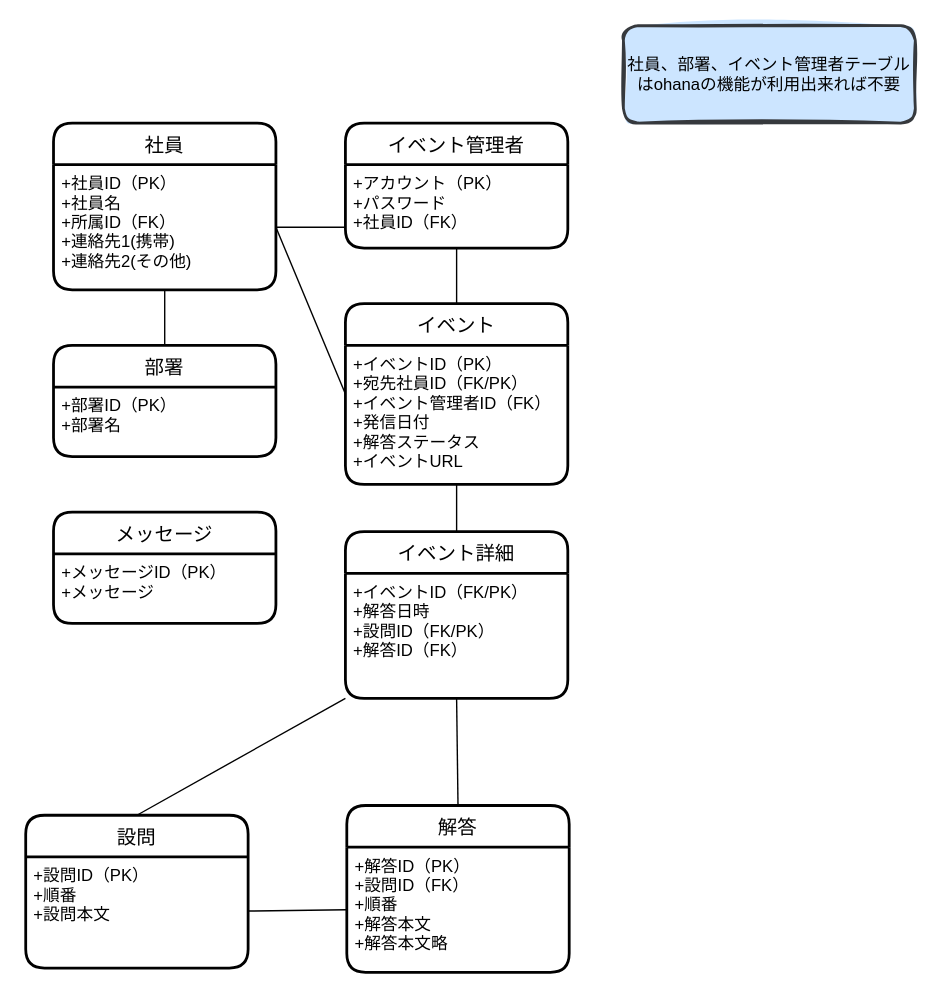
This is safetyConfirmation/doc/03_ER/safetyConfirmation_er.drawio from ken-fulGit/fulGit, a draw.io file, before an edit. Source tidied: cells renumbered, new cells numbered last; positions are measured from the earlier drawing's top-left corner, leaving out a move shared by most shapes. Both pictures are drawn from the tidied source at 139%, with x=0, y=0 at pixel (25, 25).
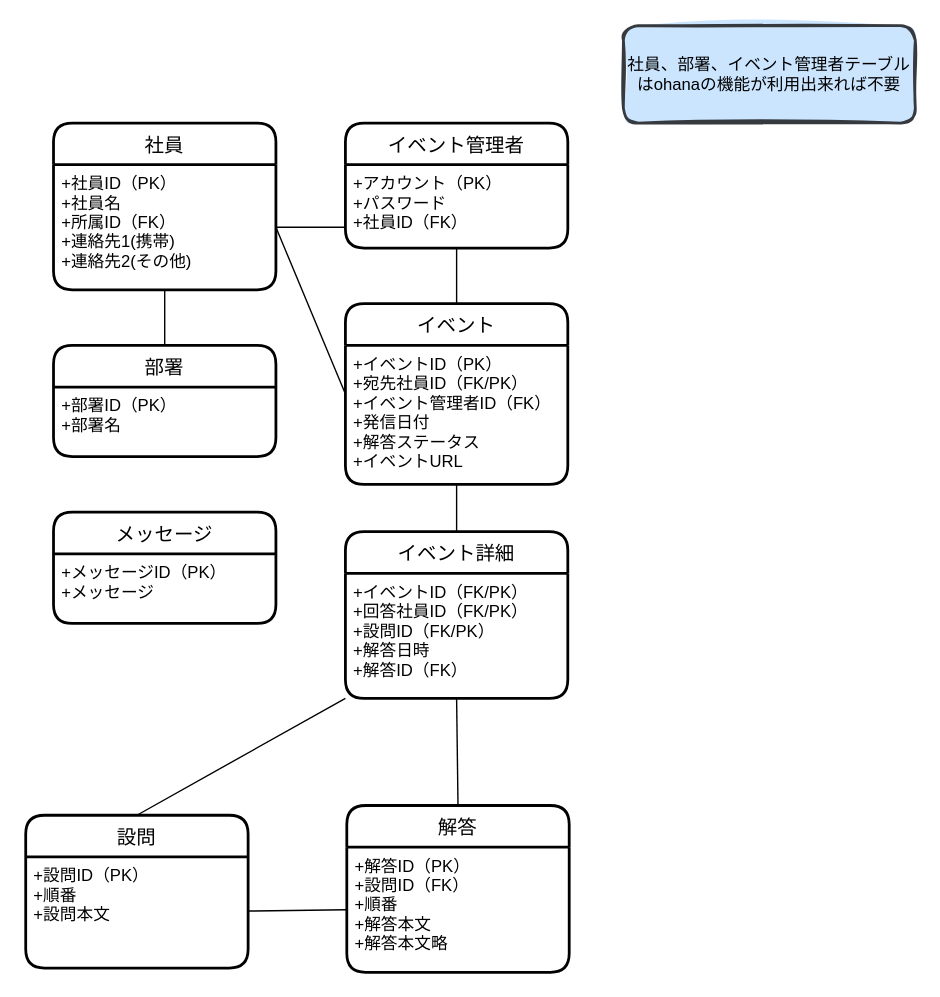
After the change.

Commit message:
ER図手直し（イベント及びイベント詳細）

Unchanged cells that the change refers to:
```xml
<mxCell id="22" value="イベント詳細" style="swimlane;horizontal=1;startSize=30;rounded=1;fontSize=14;fontStyle=0;strokeWidth=2;shadow=0;dashed=0;align=center;" parent="1" vertex="1">
  <mxGeometry x="230" y="364" width="160" height="120" as="geometry" />
</mxCell>
```

The edit, as a diff of the source:
```diff
@@
-    <mxCell id="23" value="+イベントID（FK/PK）&#10;+解答日時&#10;+設問ID（FK/PK）&#10;+解答ID（FK）" style="align=left;strokeColor=none;fillColor=none;spacingLeft=4;fontSize=12;verticalAlign=top;" parent="22" vertex="1">
+    <mxCell id="23" value="+イベントID（FK/PK）&#10;+回答社員ID（FK/PK）&#10;+設問ID（FK/PK）&#10;+解答日時&#10;+解答ID（FK）" style="align=left;strokeColor=none;fillColor=none;spacingLeft=4;fontSize=12;verticalAlign=top;" parent="22" vertex="1">
       <mxGeometry y="30" width="160" height="90" as="geometry" />
     </mxCell>
```
